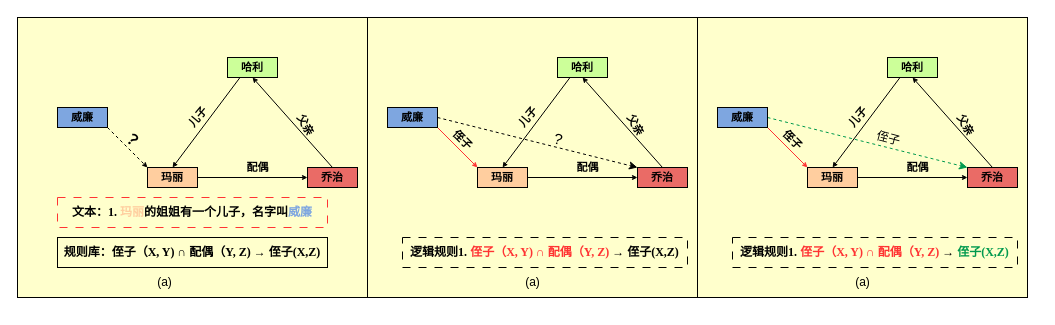
Before: 第三章-文本举例.drawio in 19savage/Pictures, a draw.io diagram. Source tidied: cells renumbered, new cells numbered last; positions are measured from the earlier drawing's top-left corner, leaving out a move shared by most shapes. Both pictures are drawn from the tidied source at 100%, with x=0, y=0 at pixel (17, 17).
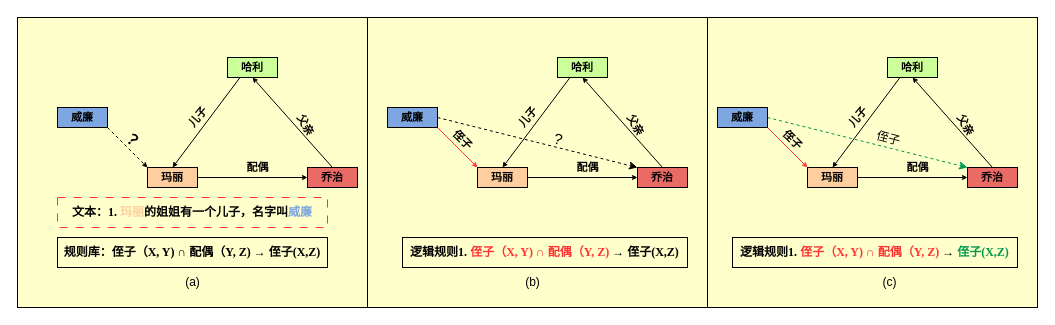
After the change.

Commit message:
已添加 第三章-文本举例.drawio

Diff of the diagram source:
```diff
@@
     <mxCell id="2" style="rounded=0;whiteSpace=wrap;html=1;fontStyle=1;fillColor=#FFFFCC;glass=0;fontFamily=Times New Roman;" parent="1" vertex="1">
-      <mxGeometry width="350" height="280" as="geometry" />
+      <mxGeometry width="350" height="290" as="geometry" />
     </mxCell>
@@
     <mxCell id="14" style="rounded=0;whiteSpace=wrap;html=1;fontStyle=1;fillColor=#FFFFCC;fontFamily=Times New Roman;" parent="1" vertex="1">
-      <mxGeometry x="350" width="330" height="280" as="geometry" />
+      <mxGeometry x="350" width="340" height="290" as="geometry" />
     </mxCell>
@@
-    <mxCell id="29" value="&lt;b&gt;&lt;span style=&quot;color: rgb(0, 0, 0);&quot;&gt;逻辑规则1.&amp;nbsp;&lt;/span&gt;&lt;/b&gt;&lt;b&gt;&lt;span style=&quot;color: rgb(255, 51, 51);&quot;&gt;侄子（X, Y) ∩ 配偶（Y, Z)&lt;/span&gt;&amp;nbsp;&lt;span style=&quot;text-align: start;&quot;&gt;→ 侄子(X,Z)&lt;/span&gt;&lt;/b&gt;" style="text;html=1;align=center;verticalAlign=middle;whiteSpace=wrap;rounded=0;strokeColor=default;dashed=1;dashPattern=8 8;strokeWidth=1;fontFamily=Times New Roman;" parent="1" vertex="1">
+    <mxCell id="29" value="&lt;b&gt;&lt;span style=&quot;color: rgb(0, 0, 0);&quot;&gt;逻辑规则1.&amp;nbsp;&lt;/span&gt;&lt;/b&gt;&lt;b&gt;&lt;span style=&quot;color: rgb(255, 51, 51);&quot;&gt;侄子（X, Y) ∩ 配偶（Y, Z)&lt;/span&gt;&amp;nbsp;&lt;span style=&quot;text-align: start;&quot;&gt;→ 侄子(X,Z)&lt;/span&gt;&lt;/b&gt;" style="text;html=1;align=center;verticalAlign=middle;whiteSpace=wrap;rounded=0;strokeColor=default;strokeWidth=1;fontFamily=Times New Roman;" parent="1" vertex="1">
       <mxGeometry x="385" y="220" width="285" height="30" as="geometry" />
     </mxCell>
@@
     <mxCell id="31" style="rounded=0;whiteSpace=wrap;html=1;fontStyle=1;fillColor=#FFFFCC;fontFamily=Times New Roman;" parent="1" vertex="1">
-      <mxGeometry x="680" width="330" height="280" as="geometry" />
+      <mxGeometry x="690" width="330" height="290" as="geometry" />
     </mxCell>
@@
-    <mxCell id="45" value="&lt;b&gt;&lt;span style=&quot;color: rgb(0, 0, 0);&quot;&gt;逻辑规则1.&amp;nbsp;&lt;/span&gt;&lt;/b&gt;&lt;b&gt;&lt;span style=&quot;color: rgb(255, 51, 51);&quot;&gt;侄子（X, Y) ∩ 配偶（Y, Z)&lt;/span&gt;&amp;nbsp;&lt;span style=&quot;text-align: start;&quot;&gt;→ &lt;span style=&quot;color: rgb(0, 153, 77);&quot;&gt;侄子(X,Z)&lt;/span&gt;&lt;/span&gt;&lt;/b&gt;" style="text;html=1;align=center;verticalAlign=middle;whiteSpace=wrap;rounded=0;strokeColor=default;dashed=1;dashPattern=8 8;strokeWidth=1;fontFamily=Times New Roman;" parent="1" vertex="1">
+    <mxCell id="45" value="&lt;b&gt;&lt;span style=&quot;color: rgb(0, 0, 0);&quot;&gt;逻辑规则1.&amp;nbsp;&lt;/span&gt;&lt;/b&gt;&lt;b&gt;&lt;span style=&quot;color: rgb(255, 51, 51);&quot;&gt;侄子（X, Y) ∩ 配偶（Y, Z)&lt;/span&gt;&amp;nbsp;&lt;span style=&quot;text-align: start;&quot;&gt;→ &lt;span style=&quot;color: rgb(0, 153, 77);&quot;&gt;侄子(X,Z)&lt;/span&gt;&lt;/span&gt;&lt;/b&gt;" style="text;html=1;align=center;verticalAlign=middle;whiteSpace=wrap;rounded=0;strokeColor=default;strokeWidth=1;fontFamily=Times New Roman;" parent="1" vertex="1">
       <mxGeometry x="715" y="220" width="285" height="30" as="geometry" />
     </mxCell>
     <mxCell id="46" value="(a)" style="text;html=1;align=center;verticalAlign=middle;whiteSpace=wrap;rounded=0;" parent="1" vertex="1">
-      <mxGeometry x="115" y="260" width="65" height="10" as="geometry" />
+      <mxGeometry x="142.5" y="260" width="65" height="10" as="geometry" />
     </mxCell>
-    <mxCell id="47" value="(a)" style="text;html=1;align=center;verticalAlign=middle;whiteSpace=wrap;rounded=0;" parent="1" vertex="1">
+    <mxCell id="47" value="(b)" style="text;html=1;align=center;verticalAlign=middle;whiteSpace=wrap;rounded=0;" parent="1" vertex="1">
       <mxGeometry x="482.5" y="260" width="65" height="10" as="geometry" />
     </mxCell>
-    <mxCell id="48" value="(a)" style="text;html=1;align=center;verticalAlign=middle;whiteSpace=wrap;rounded=0;" parent="1" vertex="1">
-      <mxGeometry x="812.5" y="260" width="65" height="10" as="geometry" />
+    <mxCell id="48" value="(c)" style="text;html=1;align=center;verticalAlign=middle;whiteSpace=wrap;rounded=0;" parent="1" vertex="1">
+      <mxGeometry x="840" y="260" width="65" height="10" as="geometry" />
     </mxCell>
```
